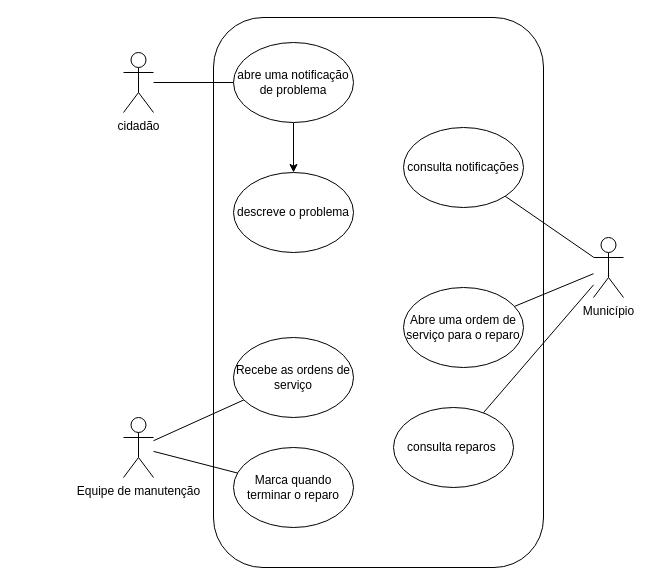
The draw.io diagram diagramas/caso_de_uso.drawio in PuraFome/AEP-Segundo-Semestre-2022, before the edit. Source tidied: cells renumbered, new cells numbered last; positions are measured from the earlier drawing's top-left corner, leaving out a move shared by most shapes. Both pictures are drawn from the tidied source at 100%, with x=0, y=0 at pixel (123, 17).
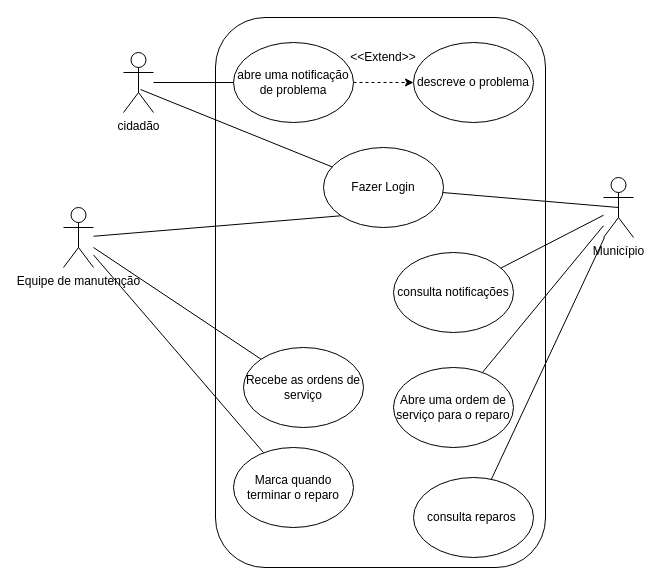
After the change.

The change refers to these unchanged cells:
```xml
<mxCell id="4" value="cidadão&lt;br&gt;" style="shape=umlActor;verticalLabelPosition=bottom;verticalAlign=top;html=1;" parent="1" vertex="1">
  <mxGeometry y="35" width="30" height="60" as="geometry" />
</mxCell>
<mxCell id="6" value="abre uma notificação de problema" style="ellipse;whiteSpace=wrap;html=1;" parent="1" vertex="1">
  <mxGeometry x="110" y="25" width="120" height="80" as="geometry" />
</mxCell>
```

Change to the diagram source:
```diff
@@
     <mxCell id="2" style="rounded=1;whiteSpace=wrap;html=1;" parent="1" vertex="1">
-      <mxGeometry x="90" width="330" height="550" as="geometry" />
+      <mxGeometry x="92" width="330" height="550" as="geometry" />
     </mxCell>
@@
-    <mxCell id="5" style="edgeStyle=orthogonalEdgeStyle;rounded=0;jettySize=auto;html=1;" parent="1" edge="1" source="6" target="7">
+    <mxCell id="5" style="edgeStyle=orthogonalEdgeStyle;rounded=0;jettySize=auto;html=1;dashed=1;endArrow=classic;endFill=1;" parent="1" edge="1" source="6" target="7">
       <mxGeometry relative="1" as="geometry" />
     </mxCell>
@@
     <mxCell id="7" value="descreve o problema" style="ellipse;whiteSpace=wrap;html=1;" parent="1" vertex="1">
-      <mxGeometry x="110" y="155" width="120" height="80" as="geometry" />
+      <mxGeometry x="290" y="25" width="120" height="80" as="geometry" />
     </mxCell>
@@
     <mxCell id="11" value="Município" style="shape=umlActor;verticalLabelPosition=bottom;verticalAlign=top;html=1;outlineConnect=0;" parent="1" vertex="1">
-      <mxGeometry x="470" y="220" width="30" height="60" as="geometry" />
+      <mxGeometry x="480" y="160" width="30" height="60" as="geometry" />
     </mxCell>
     <mxCell id="12" value="consulta notificações" style="ellipse;whiteSpace=wrap;html=1;" parent="1" vertex="1">
-      <mxGeometry x="280" y="110" width="120" height="80" as="geometry" />
+      <mxGeometry x="270" y="235" width="120" height="80" as="geometry" />
     </mxCell>
     <mxCell id="13" value="Abre uma ordem de serviço para o reparo" style="ellipse;whiteSpace=wrap;html=1;" parent="1" vertex="1">
-      <mxGeometry x="280" y="270" width="120" height="80" as="geometry" />
+      <mxGeometry x="270" y="350" width="120" height="80" as="geometry" />
     </mxCell>
     <mxCell id="14" value="consulta reparos&amp;nbsp;" style="ellipse;whiteSpace=wrap;html=1;" parent="1" vertex="1">
-      <mxGeometry x="270" y="390" width="120" height="80" as="geometry" />
+      <mxGeometry x="290" y="460" width="120" height="80" as="geometry" />
     </mxCell>
@@
     <mxCell id="17" value="Equipe de manutenção&lt;br&gt;" style="shape=umlActor;verticalLabelPosition=bottom;verticalAlign=top;html=1;outlineConnect=0;" parent="1" vertex="1">
-      <mxGeometry y="400" width="30" height="60" as="geometry" />
+      <mxGeometry x="-60" y="190" width="30" height="60" as="geometry" />
     </mxCell>
@@
     <mxCell id="19" value="Recebe as ordens de serviço" style="ellipse;whiteSpace=wrap;html=1;" parent="1" vertex="1">
-      <mxGeometry x="110" y="320" width="120" height="80" as="geometry" />
+      <mxGeometry x="120" y="330" width="120" height="80" as="geometry" />
     </mxCell>
+    <mxCell id="20" value="&amp;lt;&amp;lt;Extend&amp;gt;&amp;gt;" style="text;html=1;strokeColor=none;fillColor=none;align=center;verticalAlign=middle;whiteSpace=wrap;rounded=0;" parent="1" vertex="1">
+      <mxGeometry x="230" y="25" width="60" height="30" as="geometry" />
+    </mxCell>
+    <mxCell id="21" value="Fazer Login" style="ellipse;whiteSpace=wrap;html=1;" parent="1" vertex="1">
+      <mxGeometry x="200" y="130" width="120" height="80" as="geometry" />
+    </mxCell>
+    <mxCell id="22" style="endArrow=none;html=1;rounded=0;exitX=0.567;exitY=0.617;exitDx=0;exitDy=0;exitPerimeter=0;" parent="1" edge="1" source="4" target="21">
+      <mxGeometry relative="1" as="geometry" />
+    </mxCell>
+    <mxCell id="23" style="endArrow=none;html=1;rounded=0;entryX=0;entryY=1;entryDx=0;entryDy=0;" parent="1" edge="1" source="17" target="21">
+      <mxGeometry relative="1" as="geometry" />
+    </mxCell>
+    <mxCell id="24" style="endArrow=none;html=1;rounded=0;entryX=0.5;entryY=0.5;entryDx=0;entryDy=0;entryPerimeter=0;" parent="1" edge="1" source="21" target="11">
+      <mxGeometry relative="1" as="geometry" />
+    </mxCell>
```
